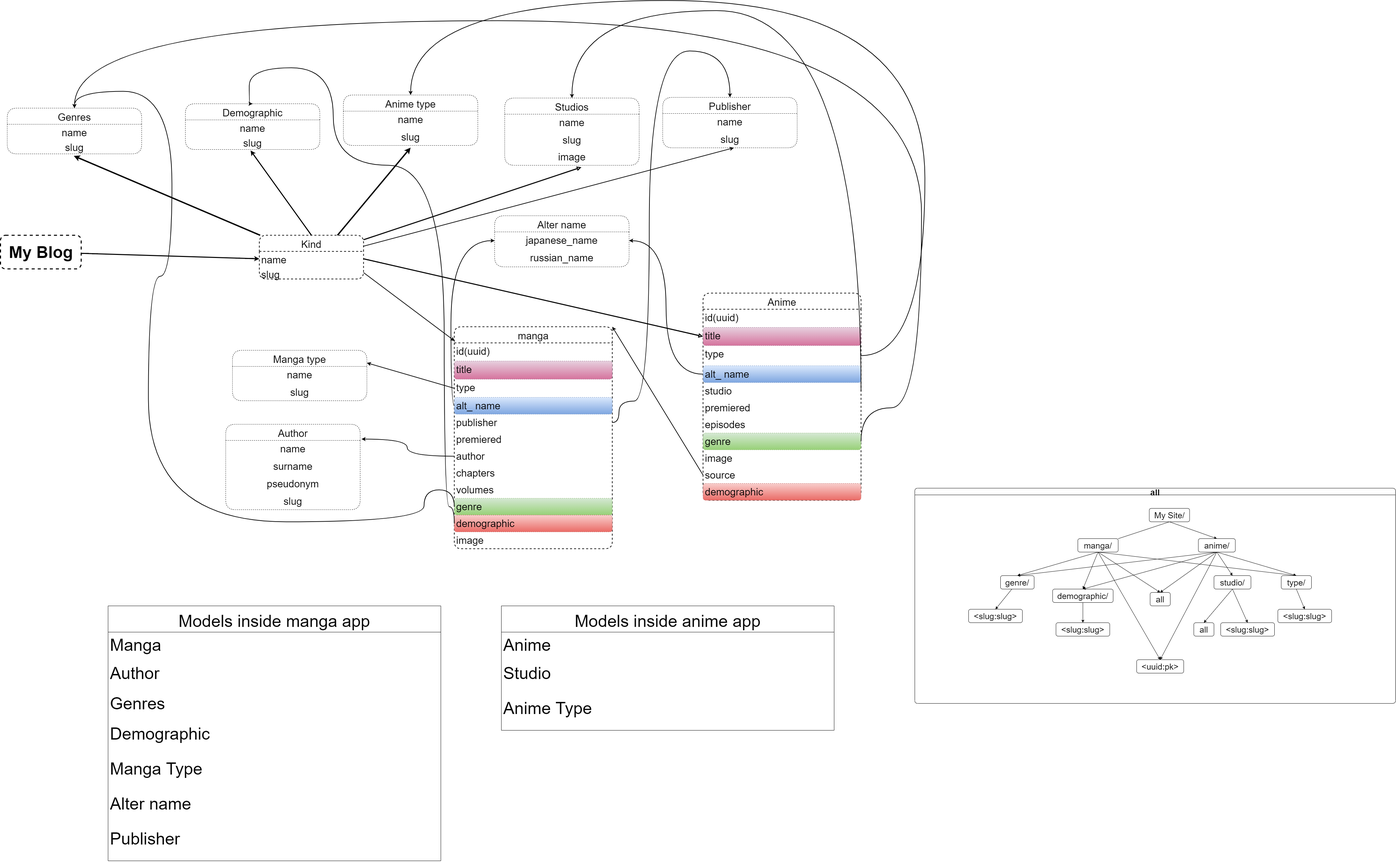
Before: plan.drawio.png, a diagram exported from draw.io (Kimiyori/django_my_blog). Source tidied: cells renumbered, new cells last; positions are measured from the earlier drawing's top-left corner, leaving out a move shared by most shapes.
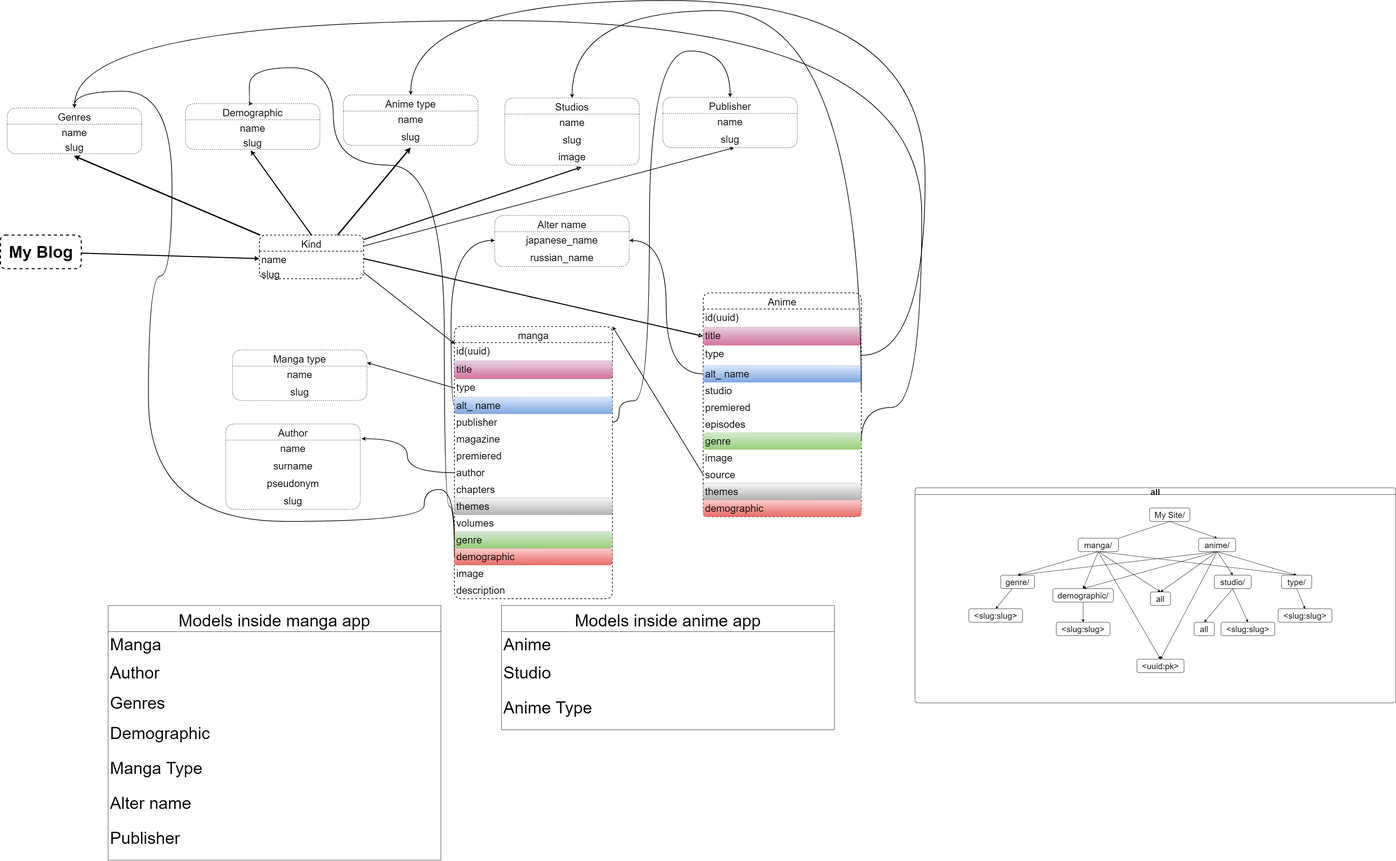
The same diagram one commit later.

Change to the diagram source:
```diff
@@ -69,7 +69,7 @@
       </mxGeometry>
     </mxCell>
     <mxCell id="22" value="Anime" style="swimlane;fontStyle=0;horizontal=1;startSize=48;fillColor=none;rounded=1;shadow=0;glass=0;dashed=1;fontSize=30;strokeColor=default;strokeWidth=2;labelBackgroundColor=default;" parent="1" vertex="1">
-      <mxGeometry x="2090" y="870" width="470" height="616" as="geometry" />
+      <mxGeometry x="2090" y="870" width="470" height="666" as="geometry" />
     </mxCell>
     <mxCell id="23" value="id(uuid)" style="text;strokeColor=none;fillColor=none;align=left;verticalAlign=top;spacingLeft=4;spacingRight=4;overflow=hidden;rounded=1;shadow=0;glass=0;dashed=1;fontSize=30;" parent="22" vertex="1">
       <mxGeometry y="48" width="470" height="54" as="geometry" />
@@ -101,8 +101,11 @@
     <mxCell id="32" value="source" style="text;strokeColor=none;fillColor=none;align=left;verticalAlign=top;spacingLeft=4;spacingRight=4;overflow=hidden;points=[[0,0.5],[1,0.5]];portConstraint=eastwest;rounded=1;shadow=0;glass=0;dashed=1;fontSize=30;" parent="22" vertex="1">
       <mxGeometry y="516" width="470" height="50" as="geometry" />
     </mxCell>
+    <mxCell id="122" value="themes" style="text;strokeColor=#666666;fillColor=#f5f5f5;align=left;verticalAlign=top;spacingLeft=4;spacingRight=4;overflow=hidden;rounded=1;shadow=0;glass=0;dashed=1;fontSize=30;gradientColor=#b3b3b3;" parent="22" vertex="1">
+      <mxGeometry y="566" width="470" height="50" as="geometry" />
+    </mxCell>
     <mxCell id="33" value="demographic" style="text;strokeColor=#b85450;fillColor=#f8cecc;align=left;verticalAlign=top;spacingLeft=4;spacingRight=4;overflow=hidden;rounded=1;shadow=0;glass=0;dashed=1;fontSize=30;gradientColor=#ea6b66;" parent="22" vertex="1">
-      <mxGeometry y="566" width="470" height="50" as="geometry" />
+      <mxGeometry y="616" width="470" height="50" as="geometry" />
     </mxCell>
     <mxCell id="34" style="comic=0;elbow=vertical;html=1;entryX=0;entryY=0.5;entryDx=0;entryDy=0;shadow=0;labelBorderColor=none;fontSize=30;endArrow=block;endFill=0;strokeWidth=3;exitX=1;exitY=0.5;exitDx=0;exitDy=0;curved=1;rounded=1;" parent="1" edge="1" source="18" target="24">
       <mxGeometry relative="1" as="geometry" />
@@ -239,7 +242,7 @@
       <mxGeometry relative="1" as="geometry" />
     </mxCell>
     <mxCell id="74" value="manga" style="swimlane;fontStyle=0;horizontal=1;startSize=48;fillColor=none;rounded=1;shadow=0;glass=0;dashed=1;fontSize=30;strokeColor=default;strokeWidth=2;labelBackgroundColor=default;" parent="1" vertex="1">
-      <mxGeometry x="1350" y="970" width="470" height="660" as="geometry" />
+      <mxGeometry x="1350" y="970" width="470" height="810" as="geometry" />
     </mxCell>
     <mxCell id="75" value="id(uuid)" style="text;strokeColor=none;fillColor=none;align=left;verticalAlign=top;spacingLeft=4;spacingRight=4;overflow=hidden;rounded=1;shadow=0;glass=0;dashed=1;fontSize=30;" parent="74" vertex="1">
       <mxGeometry y="48" width="470" height="54" as="geometry" />
@@ -256,27 +259,36 @@
     <mxCell id="79" value="publisher" style="text;strokeColor=none;fillColor=none;align=left;verticalAlign=top;spacingLeft=4;spacingRight=4;overflow=hidden;points=[[0,0.5],[1,0.5]];portConstraint=eastwest;rounded=1;shadow=0;glass=0;dashed=1;fontSize=30;" parent="74" vertex="1">
       <mxGeometry y="260" width="470" height="50" as="geometry" />
     </mxCell>
+    <mxCell id="123" value="magazine" style="text;strokeColor=none;fillColor=none;align=left;verticalAlign=top;spacingLeft=4;spacingRight=4;overflow=hidden;rounded=1;shadow=0;glass=0;dashed=1;fontSize=30;" parent="74" vertex="1">
+      <mxGeometry y="310" width="470" height="50" as="geometry" />
+    </mxCell>
     <mxCell id="80" value="premiered" style="text;strokeColor=none;fillColor=none;align=left;verticalAlign=top;spacingLeft=4;spacingRight=4;overflow=hidden;rounded=1;shadow=0;glass=0;dashed=1;fontSize=30;" parent="74" vertex="1">
-      <mxGeometry y="310" width="470" height="50" as="geometry" />
+      <mxGeometry y="360" width="470" height="50" as="geometry" />
     </mxCell>
     <mxCell id="81" value="author" style="text;strokeColor=none;fillColor=none;align=left;verticalAlign=top;spacingLeft=4;spacingRight=4;overflow=hidden;points=[[0,0.5],[1,0.5]];portConstraint=eastwest;rounded=1;shadow=0;glass=0;dashed=1;fontSize=30;" parent="74" vertex="1">
-      <mxGeometry y="360" width="470" height="50" as="geometry" />
+      <mxGeometry y="410" width="470" height="50" as="geometry" />
     </mxCell>
     <mxCell id="82" value="chapters" style="text;strokeColor=none;fillColor=none;align=left;verticalAlign=top;spacingLeft=4;spacingRight=4;overflow=hidden;rounded=1;shadow=0;glass=0;dashed=1;fontSize=30;" parent="74" vertex="1">
-      <mxGeometry y="410" width="470" height="50" as="geometry" />
+      <mxGeometry y="460" width="470" height="50" as="geometry" />
     </mxCell>
+    <mxCell id="124" value="themes" style="text;strokeColor=#666666;fillColor=#f5f5f5;align=left;verticalAlign=top;spacingLeft=4;spacingRight=4;overflow=hidden;rounded=1;shadow=0;glass=0;dashed=1;fontSize=30;gradientColor=#b3b3b3;" parent="74" vertex="1">
+      <mxGeometry y="510" width="470" height="50" as="geometry" />
+    </mxCell>
     <mxCell id="83" value="volumes" style="text;strokeColor=none;fillColor=none;align=left;verticalAlign=top;spacingLeft=4;spacingRight=4;overflow=hidden;rounded=1;shadow=0;glass=0;dashed=1;fontSize=30;" parent="74" vertex="1">
-      <mxGeometry y="460" width="470" height="50" as="geometry" />
+      <mxGeometry y="560" width="470" height="50" as="geometry" />
     </mxCell>
     <mxCell id="84" value="genre" style="text;strokeColor=#82b366;fillColor=#d5e8d4;align=left;verticalAlign=top;spacingLeft=4;spacingRight=4;overflow=hidden;points=[[0,0.5],[1,0.5]];portConstraint=eastwest;rounded=1;shadow=0;glass=0;dashed=1;fontSize=30;gradientColor=#97d077;" parent="74" vertex="1">
-      <mxGeometry y="510" width="470" height="50" as="geometry" />
+      <mxGeometry y="610" width="470" height="50" as="geometry" />
     </mxCell>
     <mxCell id="85" value="demographic" style="text;strokeColor=#b85450;fillColor=#f8cecc;align=left;verticalAlign=top;spacingLeft=4;spacingRight=4;overflow=hidden;points=[[0,0.5],[1,0.5]];portConstraint=eastwest;rounded=1;shadow=0;glass=0;dashed=1;fontSize=30;gradientColor=#ea6b66;" parent="74" vertex="1">
-      <mxGeometry y="560" width="470" height="50" as="geometry" />
+      <mxGeometry y="660" width="470" height="50" as="geometry" />
     </mxCell>
     <mxCell id="86" value="image" style="text;strokeColor=none;fillColor=none;align=left;verticalAlign=top;spacingLeft=4;spacingRight=4;overflow=hidden;rounded=1;shadow=0;glass=0;dashed=1;fontSize=30;" parent="74" vertex="1">
-      <mxGeometry y="610" width="470" height="50" as="geometry" />
+      <mxGeometry y="710" width="470" height="50" as="geometry" />
     </mxCell>
+    <mxCell id="125" value="description" style="text;strokeColor=none;fillColor=none;align=left;verticalAlign=top;spacingLeft=4;spacingRight=4;overflow=hidden;rounded=1;shadow=0;glass=0;dashed=1;fontSize=30;" parent="74" vertex="1">
+      <mxGeometry y="760" width="470" height="50" as="geometry" />
+    </mxCell>
     <mxCell id="87" style="html=1;exitX=1;exitY=0.5;exitDx=0;exitDy=0;strokeWidth=2;entryX=0.002;entryY=0.064;entryDx=0;entryDy=0;entryPerimeter=0;" parent="1" edge="1" source="19" target="74">
       <mxGeometry relative="1" as="geometry" />
     </mxCell>
```
